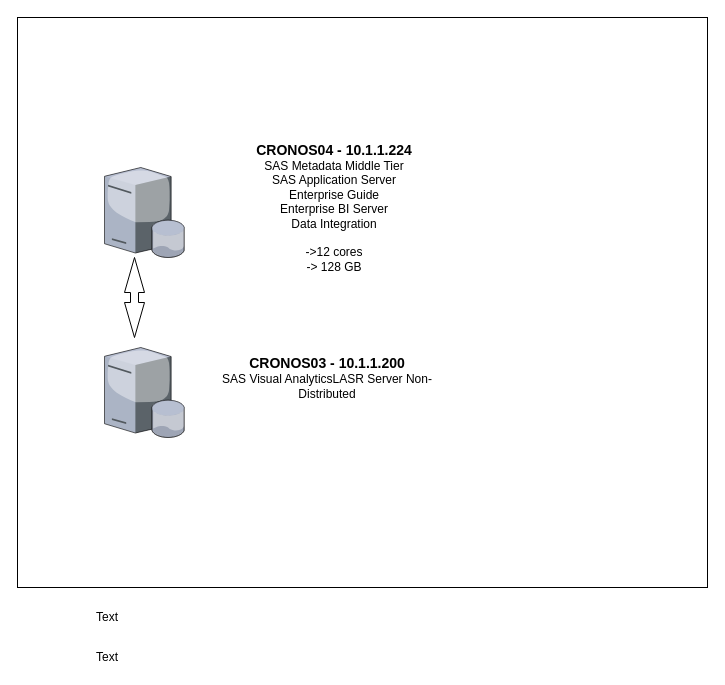
The draw.io diagram Untitled Diagram.drawio in Dfralmeida/extension, before the edit. Source tidied: cells renumbered, new cells numbered last; positions are measured from the earlier drawing's top-left corner, leaving out a move shared by most shapes. Both pictures are drawn from the tidied source at 100%, with x=0, y=0 at pixel (17, 17).
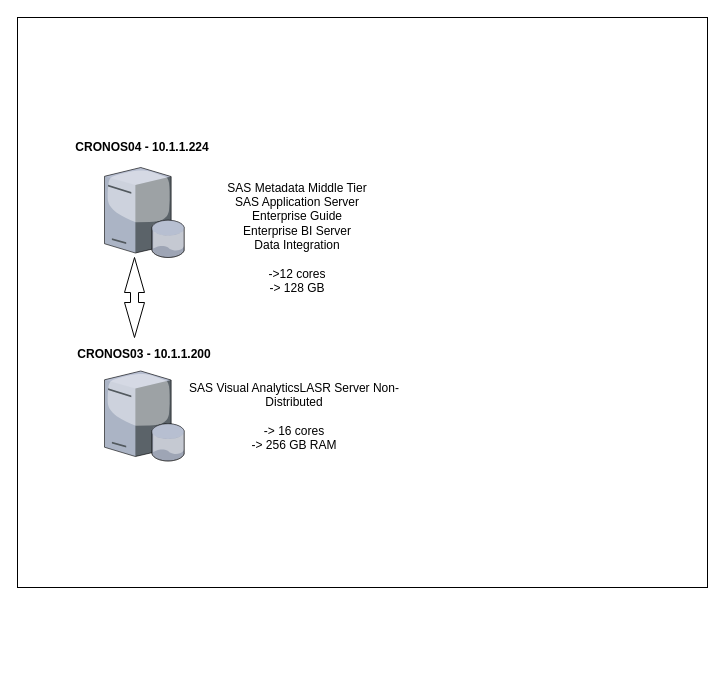
The same diagram, later.

Commit message:
Unimed Vitória

Change to the diagram source:
```diff
@@
 <mxGraphModel>
   <root>
     <mxCell id="0" />
     <mxCell id="1" parent="0" />
     <mxCell id="2" style="rounded=0;whiteSpace=wrap;html=1;" parent="1" vertex="1">
       <mxGeometry width="690" height="570" as="geometry" />
     </mxCell>
     <mxCell id="3" style="verticalLabelPosition=bottom;html=1;verticalAlign=top;strokeColor=none;align=center;shape=mxgraph.citrix.database_server;" parent="1" vertex="1">
       <mxGeometry x="87" y="150" width="80" height="90" as="geometry" />
     </mxCell>
     <mxCell id="4" style="verticalLabelPosition=bottom;html=1;verticalAlign=top;strokeColor=none;align=center;shape=mxgraph.citrix.database_server;" parent="1" vertex="1">
-      <mxGeometry x="87" y="330" width="80" height="90" as="geometry" />
+      <mxGeometry x="87" y="353.5" width="80" height="90" as="geometry" />
     </mxCell>
-    <mxCell id="5" value="Text" style="text;html=1;strokeColor=none;fillColor=none;align=center;verticalAlign=middle;whiteSpace=wrap;rounded=0;" parent="1" vertex="1">
-      <mxGeometry x="70" y="590" width="40" height="20" as="geometry" />
+    <mxCell id="5" value="&lt;b&gt;&lt;font&gt;CRONOS04 - 10.1.1.224&lt;/font&gt;&lt;/b&gt;" style="text;html=1;strokeColor=none;fillColor=none;align=center;verticalAlign=middle;whiteSpace=wrap;rounded=0;" parent="1" vertex="1">
+      <mxGeometry x="50" y="120" width="150" height="20" as="geometry" />
     </mxCell>
-    <mxCell id="6" value="Text" style="text;html=1;strokeColor=none;fillColor=none;align=center;verticalAlign=middle;whiteSpace=wrap;rounded=0;" parent="1" vertex="1">
-      <mxGeometry x="70" y="630" width="40" height="20" as="geometry" />
+    <mxCell id="6" value="&lt;b&gt;&lt;font&gt;CRONOS03 - 10.1.1.200&lt;/font&gt;&lt;/b&gt;&lt;br&gt;" style="text;html=1;strokeColor=none;fillColor=none;align=center;verticalAlign=middle;whiteSpace=wrap;rounded=0;" parent="1" vertex="1">
+      <mxGeometry x="47" y="327" width="160" height="20" as="geometry" />
     </mxCell>
-    <mxCell id="7" value="&lt;b&gt;&lt;font style=&quot;font-size: 14px&quot;&gt;CRONOS03 - 10.1.1.200&lt;/font&gt;&lt;/b&gt;&lt;br&gt;&lt;span&gt;SAS Visual &lt;/span&gt;&lt;span&gt;Analytics&lt;/span&gt;&lt;span&gt;LASR Server Non-&lt;/span&gt;&lt;span&gt;Distributed&lt;/span&gt;&lt;br&gt;&lt;br&gt;&lt;br&gt;" style="text;html=1;strokeColor=none;fillColor=none;align=center;verticalAlign=middle;whiteSpace=wrap;rounded=0;" parent="1" vertex="1">
-      <mxGeometry x="200" y="365" width="220" height="20" as="geometry" />
+    <mxCell id="7" value="&lt;span&gt;SAS Visual &lt;/span&gt;&lt;span&gt;Analytics&lt;/span&gt;&lt;span&gt;LASR Server Non-&lt;/span&gt;&lt;span&gt;Distributed&lt;/span&gt;&lt;br&gt;&lt;br&gt;-&amp;gt; 16 cores&lt;br&gt;-&amp;gt; 256 GB RAM&lt;br&gt;" style="text;html=1;strokeColor=none;fillColor=none;align=center;verticalAlign=middle;whiteSpace=wrap;rounded=0;" parent="1" vertex="1">
+      <mxGeometry x="167" y="387.5" width="220" height="22" as="geometry" />
     </mxCell>
-    <mxCell id="8" value="&lt;b&gt;&lt;font style=&quot;font-size: 14px&quot;&gt;CRONOS04 - 10.1.1.224&lt;/font&gt;&lt;/b&gt;&lt;br&gt;SAS Metadata Middle Tier&lt;br&gt;SAS Application Server&lt;br&gt;Enterprise Guide&lt;br&gt;Enterprise BI Server&lt;br&gt;Data Integration&lt;br&gt;&lt;br&gt;-&amp;gt;12 cores&lt;br&gt;-&amp;gt; 128 GB&lt;br&gt;&lt;br&gt;&lt;br&gt;" style="text;html=1;strokeColor=none;fillColor=none;align=center;verticalAlign=middle;whiteSpace=wrap;rounded=0;" parent="1" vertex="1">
-      <mxGeometry x="207" y="140" width="220" height="130" as="geometry" />
+    <mxCell id="8" value="SAS Metadata Middle Tier&lt;br&gt;SAS Application Server&lt;br&gt;Enterprise Guide&lt;br&gt;Enterprise BI Server&lt;br&gt;Data Integration&lt;br&gt;&lt;br&gt;-&amp;gt;12 cores&lt;br&gt;-&amp;gt; 128 GB&lt;br&gt;&lt;br&gt;&lt;br&gt;" style="text;html=1;strokeColor=none;fillColor=none;align=center;verticalAlign=middle;whiteSpace=wrap;rounded=0;" parent="1" vertex="1">
+      <mxGeometry x="170" y="170" width="220" height="130" as="geometry" />
     </mxCell>
     <mxCell id="9" style="html=1;shadow=0;dashed=0;align=center;verticalAlign=middle;shape=mxgraph.arrows2.twoWayArrow;dy=0.6;dx=35;direction=south;" parent="1" vertex="1">
       <mxGeometry x="107" y="240" width="20" height="80" as="geometry" />
     </mxCell>
   </root>
 </mxGraphModel>
```
